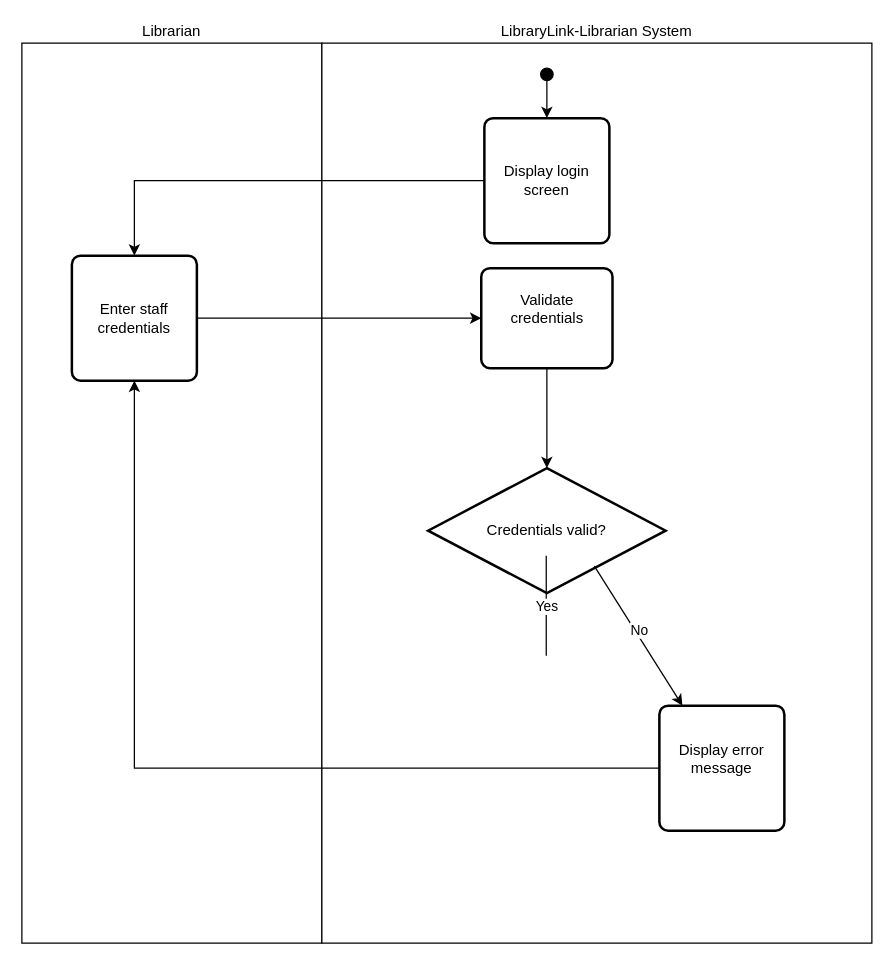
Earlier version of the draw.io diagram diagrams/task1-requirements/Activity_IssueBook_LibraryLink_Librarian.drawio (GojeonpaJ/CHC6173-LibraryLink). Source tidied: cells renumbered, new cells numbered last; positions are measured from the earlier drawing's top-left corner, leaving out a move shared by most shapes. Both pictures are drawn from the tidied source at 125%, with x=0, y=0 at pixel (21, 42).
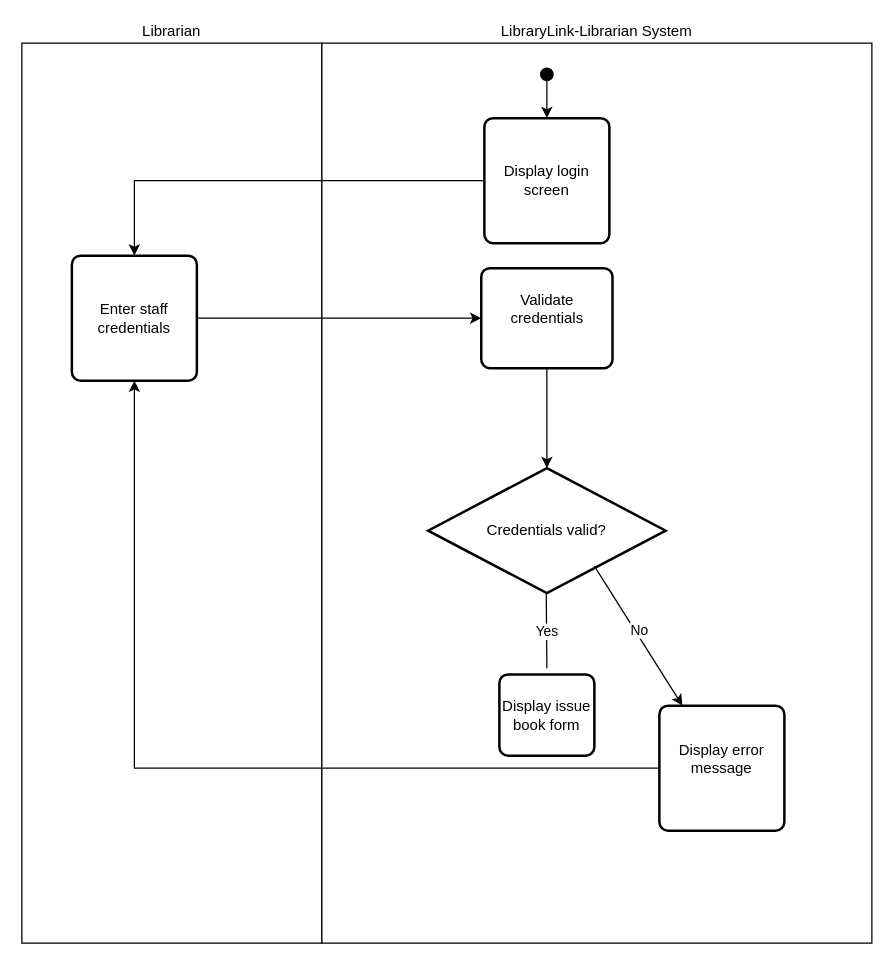
After the change.

Change to the diagram source:
```diff
@@
     <mxCell id="14" style="endArrow=none;html=1;rounded=0;" parent="1" edge="1">
       <mxGeometry relative="1" as="geometry">
-        <mxPoint x="419.5" y="410" as="sourcePoint" />
-        <mxPoint x="419.5" y="410" as="targetPoint" />
+        <mxPoint x="419.5" y="440" as="sourcePoint" />
+        <mxPoint x="419.5" y="440" as="targetPoint" />
         <Array as="points">
-          <mxPoint x="419.5" y="490" />
+          <mxPoint x="420" y="500" />
         </Array>
       </mxGeometry>
     </mxCell>
@@
+    <mxCell id="19" value="Display issue book form" style="rounded=1;whiteSpace=wrap;html=1;absoluteArcSize=1;arcSize=14;strokeWidth=2;" parent="1" vertex="1">
+      <mxGeometry x="382" y="505" width="76" height="65" as="geometry" />
+    </mxCell>
```
